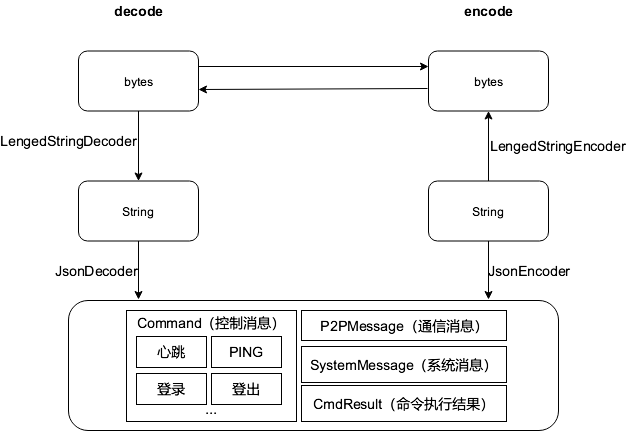
Earlier version of the draw.io export docs/matrix-pusher-help1.png (chris-peng/matrix-pusher). Source tidied: cells renumbered, new cells last; positions are measured from the earlier drawing's top-left corner, leaving out a move shared by most shapes.
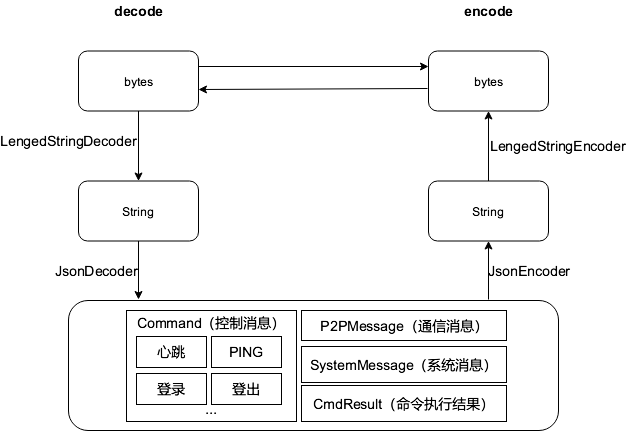
After the commit.

What changed in the source:
```diff
@@ -16,7 +16,7 @@
     <mxCell id="5" style="edgeStyle=orthogonalEdgeStyle;rounded=0;jettySize=auto;html=1;fontSize=14;" parent="1" edge="1" source="7" target="10">
       <mxGeometry relative="1" as="geometry" />
     </mxCell>
-    <mxCell id="6" style="edgeStyle=orthogonalEdgeStyle;rounded=0;jettySize=auto;html=1;fontSize=14;entryX=0.858;entryY=-0.005;entryDx=0;entryDy=0;entryPerimeter=0;" parent="1" edge="1" source="7" target="4">
+    <mxCell id="6" style="edgeStyle=orthogonalEdgeStyle;rounded=0;jettySize=auto;html=1;fontSize=14;exitX=0.858;exitY=-0.005;exitDx=0;exitDy=0;exitPerimeter=0;" parent="1" edge="1" source="4" target="7">
       <mxGeometry relative="1" as="geometry" />
     </mxCell>
     <mxCell id="7" value="String" style="rounded=1;whiteSpace=wrap;html=1;" parent="1" vertex="1">
```
